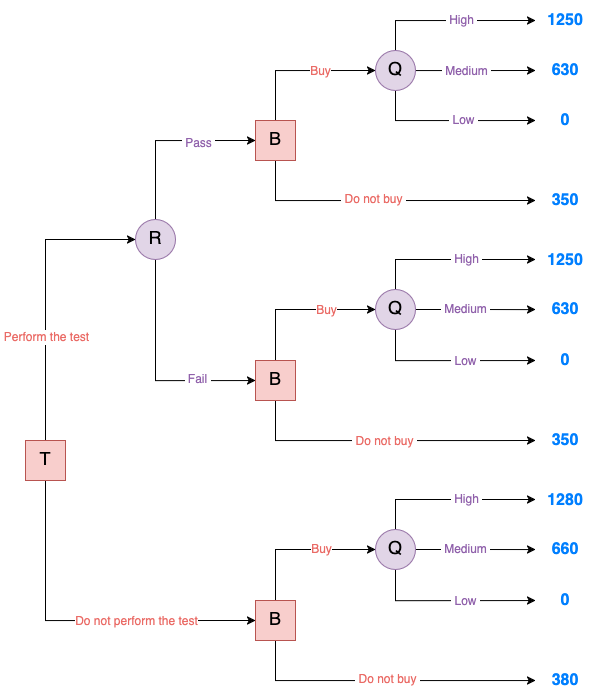
Above: assets/2025-06-01-decision-theory-I/oil_decision_tree.png in ferjorosa/ferjorosa.github.io (draw.io), before the change. Source tidied: cells renumbered, new cells last; positions are measured from the earlier drawing's top-left corner, leaving out a move shared by most shapes.
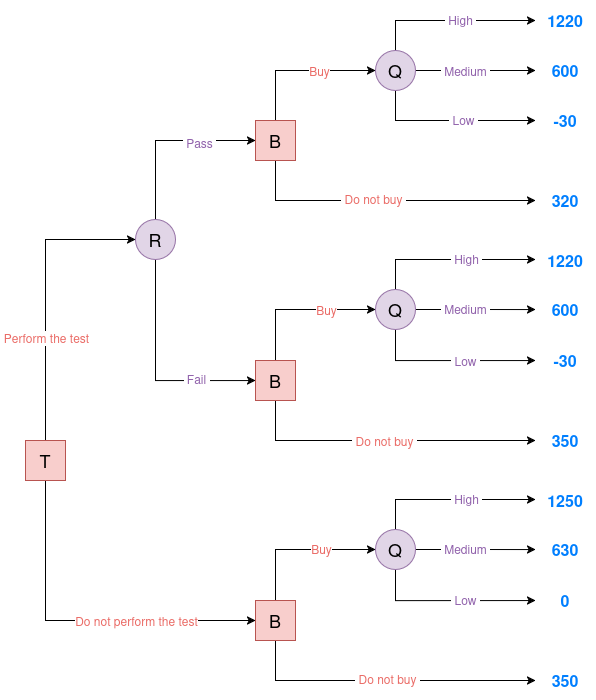
The same file after the commit.

The edit, as a diff of the source:
```diff
@@ -27,16 +27,16 @@
     <mxCell id="6" value="T" style="rounded=0;whiteSpace=wrap;html=1;fontSize=18;fillColor=#f8cecc;strokeColor=#b85450;" parent="1" vertex="1">
       <mxGeometry y="440" width="40" height="40" as="geometry" />
     </mxCell>
-    <mxCell id="7" style="edgeStyle=orthogonalEdgeStyle;rounded=0;jettySize=auto;html=1;fontSize=12;" parent="1" edge="1" source="11" target="59">
-      <mxGeometry relative="1" as="geometry">
-        <Array as="points">
-          <mxPoint x="250" y="680" />
-        </Array>
-      </mxGeometry>
-    </mxCell>
-    <mxCell id="8" value="&amp;nbsp;Do not buy&amp;nbsp;" style="edgeLabel;html=1;align=center;verticalAlign=middle;fontSize=12;fontColor=#EA6B66;" parent="7" vertex="1">
-      <mxGeometry x="0.01" y="2" relative="1" as="geometry" />
-    </mxCell>
+    <mxCell id="60" style="edgeStyle=orthogonalEdgeStyle;rounded=0;jettySize=auto;html=1;fontSize=12;" parent="1" edge="1" source="11" target="55">
+      <mxGeometry relative="1" as="geometry">
+        <Array as="points">
+          <mxPoint x="250" y="680" />
+        </Array>
+      </mxGeometry>
+    </mxCell>
+    <mxCell id="61" value="&amp;nbsp;Do not buy&amp;nbsp;" style="edgeLabel;html=1;align=center;verticalAlign=middle;fontSize=12;fontColor=#EA6B66;" parent="60" vertex="1">
+      <mxGeometry x="0.01" y="2" relative="1" as="geometry" />
+    </mxCell>
     <mxCell id="9" style="edgeStyle=orthogonalEdgeStyle;rounded=0;jettySize=auto;html=1;entryX=0;entryY=0.5;entryDx=0;entryDy=0;" parent="1" edge="1" source="11" target="47">
       <mxGeometry relative="1" as="geometry">
         <Array as="points">
@@ -52,21 +52,21 @@
     <mxCell id="11" value="B" style="rounded=0;whiteSpace=wrap;html=1;fontSize=18;fillColor=#f8cecc;strokeColor=#b85450;" parent="1" vertex="1">
       <mxGeometry x="230" y="600" width="40" height="40" as="geometry" />
     </mxCell>
-    <mxCell id="12" style="edgeStyle=orthogonalEdgeStyle;rounded=0;orthogonalLoop=1;jettySize=auto;html=1;fontSize=12;" parent="1" edge="1">
-      <mxGeometry relative="1" as="geometry">
-        <mxPoint x="250" y="380" as="sourcePoint" />
-        <mxPoint x="510" y="440" as="targetPoint" />
-        <Array as="points">
-          <mxPoint x="250" y="440" />
-          <mxPoint x="470" y="440" />
-        </Array>
-      </mxGeometry>
-    </mxCell>
-    <mxCell id="13" value="&amp;nbsp;Do not buy&amp;nbsp;" style="edgeLabel;html=1;align=center;verticalAlign=middle;fontSize=12;fontColor=#EA6B66;" parent="12" vertex="1">
-      <mxGeometry x="0.05" y="-2" relative="1" as="geometry">
-        <mxPoint y="-2" as="offset" />
-      </mxGeometry>
-    </mxCell>
+    <mxCell id="62" style="edgeStyle=orthogonalEdgeStyle;rounded=0;orthogonalLoop=1;jettySize=auto;html=1;fontSize=12;" parent="1" edge="1">
+      <mxGeometry relative="1" as="geometry">
+        <mxPoint x="250" y="380" as="sourcePoint" />
+        <mxPoint x="510" y="440" as="targetPoint" />
+        <Array as="points">
+          <mxPoint x="250" y="440" />
+          <mxPoint x="470" y="440" />
+        </Array>
+      </mxGeometry>
+    </mxCell>
+    <mxCell id="63" value="&amp;nbsp;Do not buy&amp;nbsp;" style="edgeLabel;html=1;align=center;verticalAlign=middle;fontSize=12;fontColor=#EA6B66;" parent="62" vertex="1">
+      <mxGeometry x="0.05" y="-2" relative="1" as="geometry">
+        <mxPoint y="-2" as="offset" />
+      </mxGeometry>
+    </mxCell>
     <mxCell id="14" style="edgeStyle=orthogonalEdgeStyle;rounded=0;jettySize=auto;html=1;" parent="1" edge="1" source="16" target="40">
       <mxGeometry relative="1" as="geometry">
         <Array as="points">
@@ -105,18 +105,18 @@
     <mxCell id="21" value="R" style="ellipse;whiteSpace=wrap;html=1;fontSize=18;fillColor=#e1d5e7;strokeColor=#9673a6;" parent="1" vertex="1">
       <mxGeometry x="110" y="218.9" width="40" height="40" as="geometry" />
     </mxCell>
-    <mxCell id="22" style="edgeStyle=orthogonalEdgeStyle;rounded=0;orthogonalLoop=1;jettySize=auto;html=1;fontSize=12;" parent="1" edge="1">
-      <mxGeometry relative="1" as="geometry">
-        <mxPoint x="250" y="130" as="sourcePoint" />
-        <mxPoint x="510" y="200" as="targetPoint" />
-        <Array as="points">
-          <mxPoint x="250" y="200" />
-        </Array>
-      </mxGeometry>
-    </mxCell>
-    <mxCell id="23" value="&amp;nbsp;Do not buy&amp;nbsp;" style="edgeLabel;html=1;align=center;verticalAlign=middle;fontSize=12;fontColor=#EA6B66;" parent="22" vertex="1">
-      <mxGeometry x="0.01" y="2" relative="1" as="geometry" />
-    </mxCell>
+    <mxCell id="64" style="edgeStyle=orthogonalEdgeStyle;rounded=0;orthogonalLoop=1;jettySize=auto;html=1;fontSize=12;" parent="1" edge="1">
+      <mxGeometry relative="1" as="geometry">
+        <mxPoint x="250" y="130" as="sourcePoint" />
+        <mxPoint x="510" y="200" as="targetPoint" />
+        <Array as="points">
+          <mxPoint x="250" y="200" />
+        </Array>
+      </mxGeometry>
+    </mxCell>
+    <mxCell id="65" value="&amp;nbsp;Do not buy&amp;nbsp;" style="edgeLabel;html=1;align=center;verticalAlign=middle;fontSize=12;fontColor=#EA6B66;" parent="64" vertex="1">
+      <mxGeometry x="0.01" y="2" relative="1" as="geometry" />
+    </mxCell>
     <mxCell id="24" style="edgeStyle=orthogonalEdgeStyle;rounded=0;jettySize=auto;html=1;entryX=0;entryY=0.5;entryDx=0;entryDy=0;" parent="1" edge="1" source="26" target="33">
       <mxGeometry relative="1" as="geometry">
         <Array as="points">
@@ -132,157 +132,157 @@
     <mxCell id="26" value="B" style="rounded=0;whiteSpace=wrap;html=1;fontSize=18;fillColor=#f8cecc;strokeColor=#b85450;" parent="1" vertex="1">
       <mxGeometry x="230" y="120" width="40" height="40" as="geometry" />
     </mxCell>
-    <mxCell id="27" style="edgeStyle=orthogonalEdgeStyle;rounded=0;jettySize=auto;html=1;fontSize=12;" parent="1" edge="1" source="33">
-      <mxGeometry relative="1" as="geometry">
-        <mxPoint x="510" y="20" as="targetPoint" />
-        <Array as="points">
-          <mxPoint x="370" y="20" />
-        </Array>
-      </mxGeometry>
-    </mxCell>
-    <mxCell id="28" value="&lt;font style=&quot;font-size: 12px;&quot;&gt;&amp;nbsp;High&amp;nbsp;&lt;/font&gt;" style="edgeLabel;html=1;align=center;verticalAlign=middle;fontColor=#9061AB;" parent="27" vertex="1">
-      <mxGeometry x="0.12" y="1" relative="1" as="geometry" />
-    </mxCell>
-    <mxCell id="29" style="edgeStyle=orthogonalEdgeStyle;rounded=0;jettySize=auto;html=1;fontSize=12;" parent="1" edge="1" source="33">
-      <mxGeometry relative="1" as="geometry">
-        <mxPoint x="510" y="70" as="targetPoint" />
-      </mxGeometry>
-    </mxCell>
-    <mxCell id="30" value="&lt;font style=&quot;font-size: 12px;&quot;&gt;&amp;nbsp;Medium&amp;nbsp;&lt;/font&gt;" style="edgeLabel;html=1;align=center;verticalAlign=middle;fontColor=#9061AB;" parent="29" vertex="1">
-      <mxGeometry x="-0.45" relative="1" as="geometry">
-        <mxPoint x="17" as="offset" />
-      </mxGeometry>
-    </mxCell>
-    <mxCell id="31" style="edgeStyle=orthogonalEdgeStyle;rounded=0;jettySize=auto;html=1;fontSize=12;" parent="1" edge="1" source="33">
-      <mxGeometry relative="1" as="geometry">
-        <mxPoint x="510" y="120" as="targetPoint" />
-        <Array as="points">
-          <mxPoint x="370" y="120" />
-          <mxPoint x="470" y="120" />
-        </Array>
-      </mxGeometry>
-    </mxCell>
+    <mxCell id="66" style="edgeStyle=orthogonalEdgeStyle;rounded=0;jettySize=auto;html=1;fontSize=12;" parent="1" edge="1" source="33">
+      <mxGeometry relative="1" as="geometry">
+        <mxPoint x="510" y="20" as="targetPoint" />
+        <Array as="points">
+          <mxPoint x="370" y="20" />
+        </Array>
+      </mxGeometry>
+    </mxCell>
+    <mxCell id="67" value="&lt;font style=&quot;font-size: 12px;&quot;&gt;&amp;nbsp;High&amp;nbsp;&lt;/font&gt;" style="edgeLabel;html=1;align=center;verticalAlign=middle;fontColor=#9061AB;" parent="66" vertex="1">
+      <mxGeometry x="0.12" y="1" relative="1" as="geometry" />
+    </mxCell>
+    <mxCell id="68" style="edgeStyle=orthogonalEdgeStyle;rounded=0;jettySize=auto;html=1;fontSize=12;" parent="1" edge="1" source="33">
+      <mxGeometry relative="1" as="geometry">
+        <mxPoint x="510" y="70" as="targetPoint" />
+      </mxGeometry>
+    </mxCell>
+    <mxCell id="69" value="&lt;font style=&quot;font-size: 12px;&quot;&gt;&amp;nbsp;Medium&amp;nbsp;&lt;/font&gt;" style="edgeLabel;html=1;align=center;verticalAlign=middle;fontColor=#9061AB;" parent="68" vertex="1">
+      <mxGeometry x="-0.45" relative="1" as="geometry">
+        <mxPoint x="17" as="offset" />
+      </mxGeometry>
+    </mxCell>
+    <mxCell id="70" style="edgeStyle=orthogonalEdgeStyle;rounded=0;jettySize=auto;html=1;fontSize=12;" parent="1" edge="1" source="33">
+      <mxGeometry relative="1" as="geometry">
+        <mxPoint x="510" y="120" as="targetPoint" />
+        <Array as="points">
+          <mxPoint x="370" y="120" />
+          <mxPoint x="470" y="120" />
+        </Array>
+      </mxGeometry>
+    </mxCell>
-    <mxCell id="32" value="&lt;font style=&quot;font-size: 12px;&quot;&gt;&amp;nbsp;Low&amp;nbsp;&lt;/font&gt;" style="edgeLabel;html=1;align=center;verticalAlign=middle;fontColor=#9061AB;" parent="31" vertex="1">
+    <mxCell id="32" value="&lt;font style=&quot;font-size: 12px;&quot;&gt;&amp;nbsp;Low&amp;nbsp;&lt;/font&gt;" style="edgeLabel;html=1;align=center;verticalAlign=middle;fontColor=#9061AB;" parent="70" vertex="1">
       <mxGeometry x="0.15" y="1" relative="1" as="geometry" />
     </mxCell>
     <mxCell id="33" value="Q" style="ellipse;whiteSpace=wrap;html=1;fontSize=18;fillColor=#e1d5e7;strokeColor=#9673a6;" parent="1" vertex="1">
       <mxGeometry x="350" y="50" width="40" height="40" as="geometry" />
     </mxCell>
-    <mxCell id="34" style="edgeStyle=orthogonalEdgeStyle;rounded=0;jettySize=auto;html=1;fontSize=12;" parent="1" edge="1" source="40">
-      <mxGeometry relative="1" as="geometry">
-        <mxPoint x="510" y="309" as="targetPoint" />
-      </mxGeometry>
-    </mxCell>
-    <mxCell id="35" value="&lt;font style=&quot;font-size: 12px;&quot;&gt;&amp;nbsp;Medium&amp;nbsp;&lt;/font&gt;" style="edgeLabel;html=1;align=center;verticalAlign=middle;fontColor=#9061AB;" parent="34" vertex="1">
-      <mxGeometry x="-0.37" relative="1" as="geometry">
-        <mxPoint x="12" as="offset" />
-      </mxGeometry>
-    </mxCell>
-    <mxCell id="36" style="edgeStyle=orthogonalEdgeStyle;rounded=0;orthogonalLoop=1;jettySize=auto;html=1;" parent="1" edge="1">
-      <mxGeometry relative="1" as="geometry">
-        <mxPoint x="370" y="307.8" as="sourcePoint" />
-        <mxPoint x="510" y="258.9" as="targetPoint" />
-        <Array as="points">
-          <mxPoint x="370" y="258.9" />
-        </Array>
-      </mxGeometry>
-    </mxCell>
-    <mxCell id="37" value="&lt;font style=&quot;font-size: 12px;&quot;&gt;&amp;nbsp;High&amp;nbsp;&lt;/font&gt;" style="edgeLabel;html=1;align=center;verticalAlign=middle;fontColor=#9061AB;" parent="36" vertex="1">
-      <mxGeometry x="0.16" relative="1" as="geometry">
-        <mxPoint x="10" as="offset" />
-      </mxGeometry>
-    </mxCell>
-    <mxCell id="38" style="edgeStyle=orthogonalEdgeStyle;rounded=0;jettySize=auto;html=1;" parent="1" edge="1" source="40">
-      <mxGeometry relative="1" as="geometry">
-        <mxPoint x="510" y="360" as="targetPoint" />
-        <Array as="points">
-          <mxPoint x="370" y="360" />
-        </Array>
-      </mxGeometry>
-    </mxCell>
-    <mxCell id="39" value="&amp;nbsp;Low&amp;nbsp;" style="edgeLabel;html=1;align=center;verticalAlign=middle;fontSize=12;fontColor=#9061AB;" parent="38" vertex="1">
-      <mxGeometry x="0.09" y="-1" relative="1" as="geometry">
-        <mxPoint x="8" y="-1" as="offset" />
-      </mxGeometry>
-    </mxCell>
+    <mxCell id="71" style="edgeStyle=orthogonalEdgeStyle;rounded=0;jettySize=auto;html=1;fontSize=12;" parent="1" edge="1" source="40">
+      <mxGeometry relative="1" as="geometry">
+        <mxPoint x="510" y="309" as="targetPoint" />
+      </mxGeometry>
+    </mxCell>
+    <mxCell id="72" value="&lt;font style=&quot;font-size: 12px;&quot;&gt;&amp;nbsp;Medium&amp;nbsp;&lt;/font&gt;" style="edgeLabel;html=1;align=center;verticalAlign=middle;fontColor=#9061AB;" parent="71" vertex="1">
+      <mxGeometry x="-0.37" relative="1" as="geometry">
+        <mxPoint x="12" as="offset" />
+      </mxGeometry>
+    </mxCell>
+    <mxCell id="73" style="edgeStyle=orthogonalEdgeStyle;rounded=0;orthogonalLoop=1;jettySize=auto;html=1;" parent="1" edge="1">
+      <mxGeometry relative="1" as="geometry">
+        <mxPoint x="370" y="307.8" as="sourcePoint" />
+        <mxPoint x="510" y="258.9" as="targetPoint" />
+        <Array as="points">
+          <mxPoint x="370" y="258.9" />
+        </Array>
+      </mxGeometry>
+    </mxCell>
+    <mxCell id="74" value="&lt;font style=&quot;font-size: 12px;&quot;&gt;&amp;nbsp;High&amp;nbsp;&lt;/font&gt;" style="edgeLabel;html=1;align=center;verticalAlign=middle;fontColor=#9061AB;" parent="73" vertex="1">
+      <mxGeometry x="0.16" relative="1" as="geometry">
+        <mxPoint x="10" as="offset" />
+      </mxGeometry>
+    </mxCell>
+    <mxCell id="75" style="edgeStyle=orthogonalEdgeStyle;rounded=0;jettySize=auto;html=1;" parent="1" edge="1" source="40">
+      <mxGeometry relative="1" as="geometry">
+        <mxPoint x="510" y="360" as="targetPoint" />
+        <Array as="points">
+          <mxPoint x="370" y="360" />
+        </Array>
+      </mxGeometry>
+    </mxCell>
+    <mxCell id="76" value="&amp;nbsp;Low&amp;nbsp;" style="edgeLabel;html=1;align=center;verticalAlign=middle;fontSize=12;fontColor=#9061AB;" parent="75" vertex="1">
+      <mxGeometry x="0.09" y="-1" relative="1" as="geometry">
+        <mxPoint x="8" y="-1" as="offset" />
+      </mxGeometry>
+    </mxCell>
     <mxCell id="40" value="Q" style="ellipse;whiteSpace=wrap;html=1;fontSize=18;fillColor=#e1d5e7;strokeColor=#9673a6;" parent="1" vertex="1">
       <mxGeometry x="350" y="288.9" width="40" height="40" as="geometry" />
     </mxCell>
-    <mxCell id="41" style="edgeStyle=orthogonalEdgeStyle;rounded=0;jettySize=auto;html=1;fontSize=12;" parent="1" edge="1" source="47">
-      <mxGeometry relative="1" as="geometry">
-        <mxPoint x="510" y="549" as="targetPoint" />
-      </mxGeometry>
-    </mxCell>
+    <mxCell id="77" style="edgeStyle=orthogonalEdgeStyle;rounded=0;jettySize=auto;html=1;fontSize=12;" parent="1" edge="1" source="47">
+      <mxGeometry relative="1" as="geometry">
+        <mxPoint x="510" y="549" as="targetPoint" />
+      </mxGeometry>
+    </mxCell>
-    <mxCell id="42" value="&amp;nbsp;Medium&amp;nbsp;" style="edgeLabel;html=1;align=center;verticalAlign=middle;fontSize=12;fontColor=#9061AB;" parent="41" vertex="1">
+    <mxCell id="42" value="&amp;nbsp;Medium&amp;nbsp;" style="edgeLabel;html=1;align=center;verticalAlign=middle;fontSize=12;fontColor=#9061AB;" parent="77" vertex="1">
       <mxGeometry x="-0.37" relative="1" as="geometry">
         <mxPoint x="12" as="offset" />
       </mxGeometry>
     </mxCell>
-    <mxCell id="43" style="edgeStyle=orthogonalEdgeStyle;rounded=0;orthogonalLoop=1;jettySize=auto;html=1;" parent="1" edge="1">
-      <mxGeometry relative="1" as="geometry">
-        <mxPoint x="370" y="547.8" as="sourcePoint" />
-        <mxPoint x="510" y="498.9" as="targetPoint" />
-        <Array as="points">
-          <mxPoint x="370" y="498.9" />
-        </Array>
-      </mxGeometry>
-    </mxCell>
+    <mxCell id="78" style="edgeStyle=orthogonalEdgeStyle;rounded=0;orthogonalLoop=1;jettySize=auto;html=1;" parent="1" edge="1">
+      <mxGeometry relative="1" as="geometry">
+        <mxPoint x="370" y="547.8" as="sourcePoint" />
+        <mxPoint x="510" y="498.9" as="targetPoint" />
+        <Array as="points">
+          <mxPoint x="370" y="498.9" />
+        </Array>
+      </mxGeometry>
+    </mxCell>
-    <mxCell id="44" value="&amp;nbsp;High&amp;nbsp;" style="edgeLabel;html=1;align=center;verticalAlign=middle;fontSize=12;fontColor=#9061AB;" parent="43" vertex="1">
+    <mxCell id="44" value="&amp;nbsp;High&amp;nbsp;" style="edgeLabel;html=1;align=center;verticalAlign=middle;fontSize=12;fontColor=#9061AB;" parent="78" vertex="1">
       <mxGeometry x="0.16" relative="1" as="geometry">
         <mxPoint x="10" as="offset" />
       </mxGeometry>
     </mxCell>
-    <mxCell id="45" style="edgeStyle=orthogonalEdgeStyle;rounded=0;jettySize=auto;html=1;" parent="1" edge="1" source="47">
-      <mxGeometry relative="1" as="geometry">
-        <mxPoint x="510" y="600" as="targetPoint" />
-        <Array as="points">
-          <mxPoint x="370" y="600" />
-        </Array>
-      </mxGeometry>
-    </mxCell>
-    <mxCell id="46" value="&amp;nbsp;Low&amp;nbsp;" style="edgeLabel;html=1;align=center;verticalAlign=middle;fontSize=12;fontColor=#9061AB;" parent="45" vertex="1">
-      <mxGeometry x="0.09" y="-1" relative="1" as="geometry">
-        <mxPoint x="8" y="-1" as="offset" />
-      </mxGeometry>
-    </mxCell>
+    <mxCell id="79" style="edgeStyle=orthogonalEdgeStyle;rounded=0;jettySize=auto;html=1;" parent="1" edge="1" source="47">
+      <mxGeometry relative="1" as="geometry">
+        <mxPoint x="510" y="600" as="targetPoint" />
+        <Array as="points">
+          <mxPoint x="370" y="600" />
+        </Array>
+      </mxGeometry>
+    </mxCell>
+    <mxCell id="80" value="&amp;nbsp;Low&amp;nbsp;" style="edgeLabel;html=1;align=center;verticalAlign=middle;fontSize=12;fontColor=#9061AB;" parent="79" vertex="1">
+      <mxGeometry x="0.09" y="-1" relative="1" as="geometry">
+        <mxPoint x="8" y="-1" as="offset" />
+      </mxGeometry>
+    </mxCell>
     <mxCell id="47" value="Q" style="ellipse;whiteSpace=wrap;html=1;fontSize=18;fillColor=#e1d5e7;strokeColor=#9673a6;" parent="1" vertex="1">
       <mxGeometry x="350" y="528.9" width="40" height="40" as="geometry" />
     </mxCell>
-    <mxCell id="48" value="1250" style="rounded=0;whiteSpace=wrap;html=1;fontSize=16;fillColor=none;strokeColor=none;fontColor=#007FFF;fontStyle=1;" parent="1" vertex="1">
-      <mxGeometry x="510" width="60" height="40" as="geometry" />
-    </mxCell>
-    <mxCell id="49" value="630" style="rounded=0;whiteSpace=wrap;html=1;fontSize=16;fillColor=none;strokeColor=none;fontColor=#007FFF;fontStyle=1;" parent="1" vertex="1">
-      <mxGeometry x="510" y="50" width="60" height="40" as="geometry" />
-    </mxCell>
-    <mxCell id="50" value="0" style="rounded=0;whiteSpace=wrap;html=1;fontSize=16;fillColor=none;strokeColor=none;fontColor=#007FFF;fontStyle=1;" parent="1" vertex="1">
-      <mxGeometry x="510" y="100" width="60" height="40" as="geometry" />
-    </mxCell>
-    <mxCell id="51" value="1250" style="rounded=0;whiteSpace=wrap;html=1;fontSize=16;fillColor=none;strokeColor=none;fontColor=#007FFF;fontStyle=1;" parent="1" vertex="1">
-      <mxGeometry x="510" y="240" width="60" height="40" as="geometry" />
-    </mxCell>
-    <mxCell id="52" value="630" style="rounded=0;whiteSpace=wrap;html=1;fontSize=16;fillColor=none;strokeColor=none;fontColor=#007FFF;fontStyle=1;" parent="1" vertex="1">
-      <mxGeometry x="510" y="288.9" width="60" height="40" as="geometry" />
-    </mxCell>
-    <mxCell id="53" value="0" style="rounded=0;whiteSpace=wrap;html=1;fontSize=16;fillColor=none;strokeColor=none;fontColor=#007FFF;fontStyle=1;" parent="1" vertex="1">
-      <mxGeometry x="510" y="340" width="60" height="40" as="geometry" />
-    </mxCell>
+    <mxCell id="81" value="1220" style="rounded=0;whiteSpace=wrap;html=1;fontSize=16;fillColor=none;strokeColor=none;fontColor=#007FFF;fontStyle=1;" parent="1" vertex="1">
+      <mxGeometry x="510" width="60" height="40" as="geometry" />
+    </mxCell>
+    <mxCell id="82" value="600" style="rounded=0;whiteSpace=wrap;html=1;fontSize=16;fillColor=none;strokeColor=none;fontColor=#007FFF;fontStyle=1;" parent="1" vertex="1">
+      <mxGeometry x="510" y="50" width="60" height="40" as="geometry" />
+    </mxCell>
+    <mxCell id="83" value="-30" style="rounded=0;whiteSpace=wrap;html=1;fontSize=16;fillColor=none;strokeColor=none;fontColor=#007FFF;fontStyle=1;" parent="1" vertex="1">
+      <mxGeometry x="510" y="100" width="60" height="40" as="geometry" />
+    </mxCell>
+    <mxCell id="84" value="1220" style="rounded=0;whiteSpace=wrap;html=1;fontSize=16;fillColor=none;strokeColor=none;fontColor=#007FFF;fontStyle=1;" parent="1" vertex="1">
+      <mxGeometry x="510" y="240" width="60" height="40" as="geometry" />
+    </mxCell>
+    <mxCell id="85" value="600" style="rounded=0;whiteSpace=wrap;html=1;fontSize=16;fillColor=none;strokeColor=none;fontColor=#007FFF;fontStyle=1;" parent="1" vertex="1">
+      <mxGeometry x="510" y="288.9" width="60" height="40" as="geometry" />
+    </mxCell>
+    <mxCell id="86" value="-30" style="rounded=0;whiteSpace=wrap;html=1;fontSize=16;fillColor=none;strokeColor=none;fontColor=#007FFF;fontStyle=1;" parent="1" vertex="1">
+      <mxGeometry x="510" y="340" width="60" height="40" as="geometry" />
+    </mxCell>
     <mxCell id="54" value="350" style="rounded=0;whiteSpace=wrap;html=1;fontSize=16;fillColor=none;strokeColor=none;fontColor=#007FFF;fontStyle=1;" parent="1" vertex="1">
       <mxGeometry x="510" y="420" width="60" height="40" as="geometry" />
     </mxCell>
+    <mxCell id="87" value="320" style="rounded=0;whiteSpace=wrap;html=1;fontSize=16;fillColor=none;strokeColor=none;fontColor=#007FFF;fontStyle=1;" parent="1" vertex="1">
+      <mxGeometry x="510" y="180" width="60" height="40" as="geometry" />
+    </mxCell>
+    <mxCell id="88" value="1250" style="rounded=0;whiteSpace=wrap;html=1;fontSize=16;fillColor=none;strokeColor=none;fontColor=#007FFF;fontStyle=1;" parent="1" vertex="1">
+      <mxGeometry x="510" y="480" width="60" height="40" as="geometry" />
+    </mxCell>
+    <mxCell id="89" value="630" style="rounded=0;whiteSpace=wrap;html=1;fontSize=16;fillColor=none;strokeColor=none;fontColor=#007FFF;fontStyle=1;" parent="1" vertex="1">
+      <mxGeometry x="510" y="528.9" width="60" height="40" as="geometry" />
+    </mxCell>
+    <mxCell id="58" value="0" style="rounded=0;whiteSpace=wrap;html=1;fontSize=16;fillColor=none;strokeColor=none;fontColor=#007FFF;fontStyle=1;" parent="1" vertex="1">
+      <mxGeometry x="510" y="580" width="60" height="40" as="geometry" />
+    </mxCell>
     <mxCell id="55" value="350" style="rounded=0;whiteSpace=wrap;html=1;fontSize=16;fillColor=none;strokeColor=none;fontColor=#007FFF;fontStyle=1;" parent="1" vertex="1">
-      <mxGeometry x="510" y="180" width="60" height="40" as="geometry" />
+      <mxGeometry x="510" y="660" width="60" height="40" as="geometry" />
     </mxCell>
-    <mxCell id="56" value="1280" style="rounded=0;whiteSpace=wrap;html=1;fontSize=16;fillColor=none;strokeColor=none;fontColor=#007FFF;fontStyle=1;" parent="1" vertex="1">
-      <mxGeometry x="510" y="480" width="60" height="40" as="geometry" />
-    </mxCell>
-    <mxCell id="57" value="660" style="rounded=0;whiteSpace=wrap;html=1;fontSize=16;fillColor=none;strokeColor=none;fontColor=#007FFF;fontStyle=1;" parent="1" vertex="1">
-      <mxGeometry x="510" y="528.9" width="60" height="40" as="geometry" />
-    </mxCell>
-    <mxCell id="58" value="0" style="rounded=0;whiteSpace=wrap;html=1;fontSize=16;fillColor=none;strokeColor=none;fontColor=#007FFF;fontStyle=1;" parent="1" vertex="1">
-      <mxGeometry x="510" y="580" width="60" height="40" as="geometry" />
-    </mxCell>
-    <mxCell id="59" value="380" style="rounded=0;whiteSpace=wrap;html=1;fontSize=16;fillColor=none;strokeColor=none;fontColor=#007FFF;fontStyle=1;" parent="1" vertex="1">
-      <mxGeometry x="510" y="660" width="60" height="40" as="geometry" />
-    </mxCell>
   </root>
 </mxGraphModel>
```
